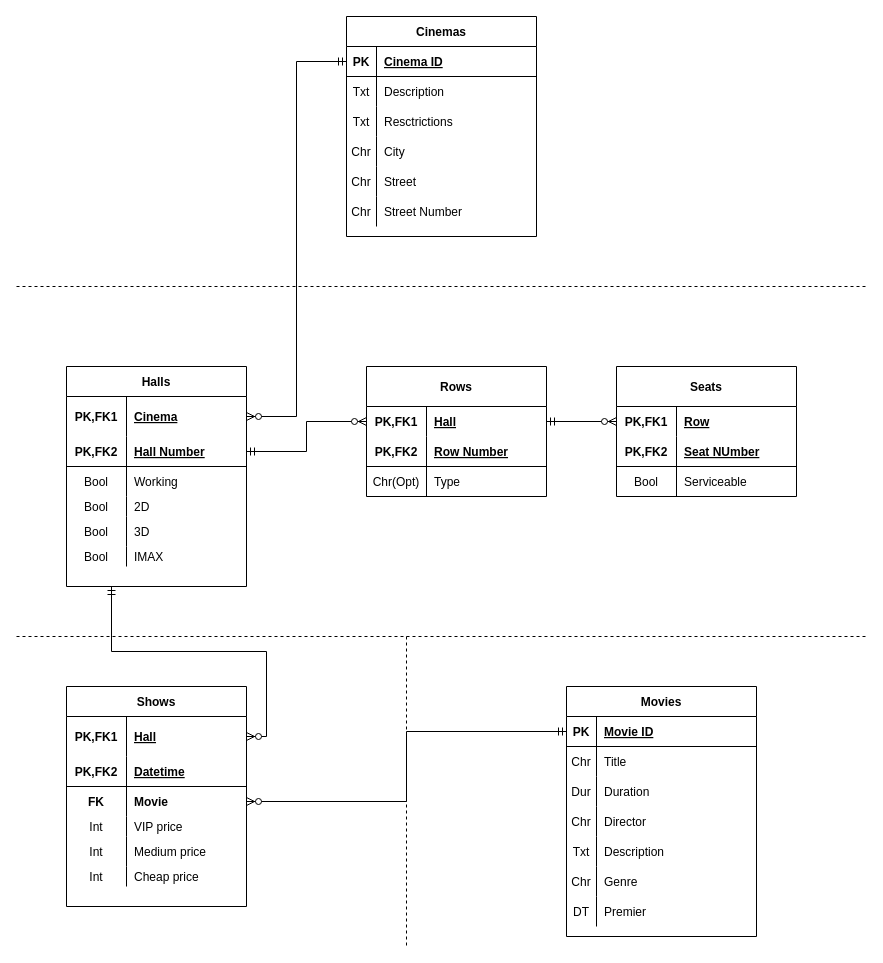
pointuseless/kinocms keeps this draw.io diagram as description/db.drawio. Above is the earlier version. Source tidied: cells renumbered, new cells numbered last; positions are measured from the earlier drawing's top-left corner, leaving out a move shared by most shapes. Both pictures are drawn from the tidied source at 100%, with x=0, y=0 at pixel (16, 16).
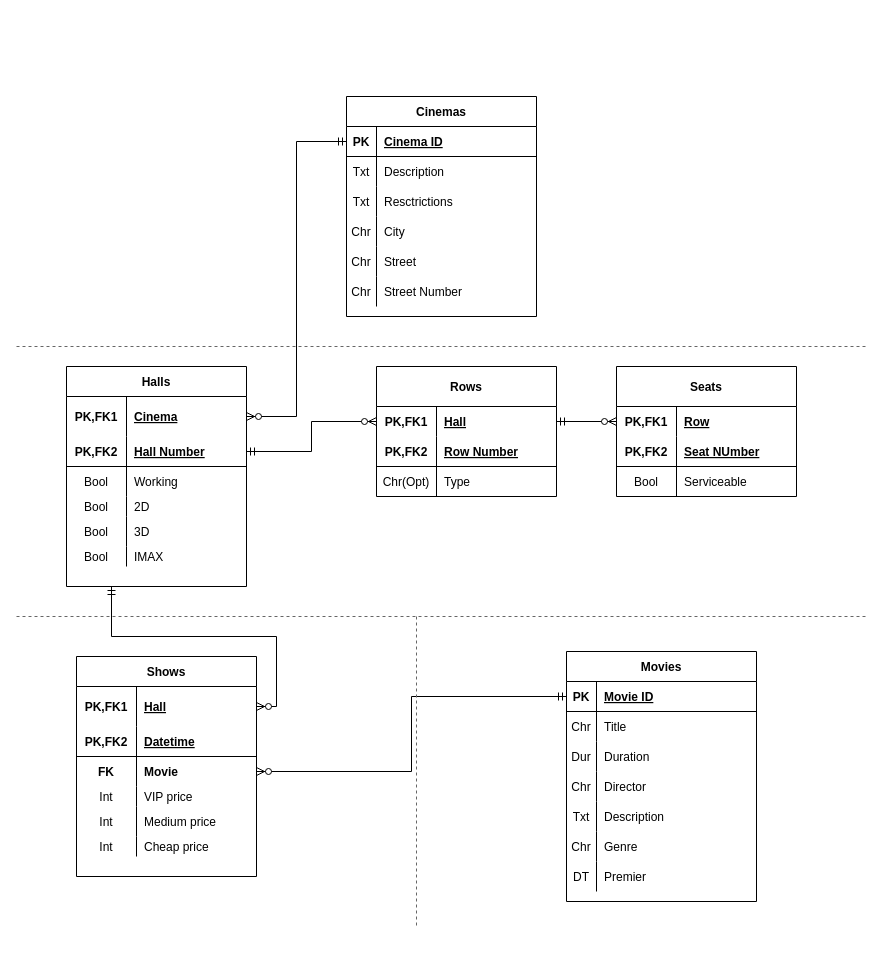
The same diagram, later.

Change to the diagram source:
```diff
@@
     <mxCell id="2" value="Shows" style="shape=table;startSize=30;childLayout=tableLayout;rowLines=0;fontStyle=1;align=center;columnLines=1;resizeLastRow=0;" parent="1" vertex="1">
-      <mxGeometry x="50" y="670" width="180" height="220" as="geometry" />
+      <mxGeometry x="60" y="640" width="180" height="220" as="geometry" />
     </mxCell>
@@
     <mxCell id="40" value="Movies" style="shape=table;startSize=30;childLayout=tableLayout;rowLines=0;fontStyle=1;align=center;" parent="1" vertex="1">
-      <mxGeometry x="550" y="670" width="190" height="250" as="geometry" />
+      <mxGeometry x="550" y="635" width="190" height="250" as="geometry" />
     </mxCell>
@@
     <mxCell id="64" value="Rows" style="shape=table;startSize=40;childLayout=tableLayout;rowLines=0;fontStyle=1;align=center;" parent="1" vertex="1">
-      <mxGeometry x="350" y="350" width="180" height="130" as="geometry" />
+      <mxGeometry x="360" y="350" width="180" height="130" as="geometry" />
     </mxCell>
@@
     <mxCell id="86" value="Cinemas" style="shape=table;startSize=30;childLayout=tableLayout;rowLines=0;fontStyle=1;align=center;" parent="1" vertex="1">
-      <mxGeometry x="330" width="190" height="220" as="geometry" />
+      <mxGeometry x="330" y="80" width="190" height="220" as="geometry" />
     </mxCell>
@@
-    <mxCell id="106" style="endArrow=none;dashed=1;html=1;" parent="1" edge="1">
+    <mxCell id="106" style="endArrow=none;dashed=1;html=1;fontColor=#FF9933;fillColor=#f5f5f5;strokeColor=#666666;" parent="1" edge="1">
       <mxGeometry relative="1" as="geometry">
-        <mxPoint y="270" as="sourcePoint" />
-        <mxPoint x="850" y="270" as="targetPoint" />
+        <mxPoint y="330" as="sourcePoint" />
+        <mxPoint x="850" y="330" as="targetPoint" />
       </mxGeometry>
     </mxCell>
-    <mxCell id="107" style="endArrow=none;dashed=1;html=1;" parent="1" edge="1">
+    <mxCell id="107" style="endArrow=none;dashed=1;html=1;fillColor=#f5f5f5;strokeColor=#666666;" parent="1" edge="1">
       <mxGeometry relative="1" as="geometry">
-        <mxPoint y="620" as="sourcePoint" />
-        <mxPoint x="850" y="620" as="targetPoint" />
+        <mxPoint y="600" as="sourcePoint" />
+        <mxPoint x="850" y="600" as="targetPoint" />
       </mxGeometry>
     </mxCell>
-    <mxCell id="108" style="endArrow=none;dashed=1;html=1;" parent="1" edge="1">
+    <mxCell id="108" style="endArrow=none;dashed=1;html=1;fillColor=#f5f5f5;strokeColor=#666666;" parent="1" edge="1">
       <mxGeometry relative="1" as="geometry">
-        <mxPoint x="390" y="620" as="sourcePoint" />
-        <mxPoint x="390" y="930" as="targetPoint" />
+        <mxPoint x="400" y="600" as="sourcePoint" />
+        <mxPoint x="400" y="910" as="targetPoint" />
       </mxGeometry>
     </mxCell>
```
